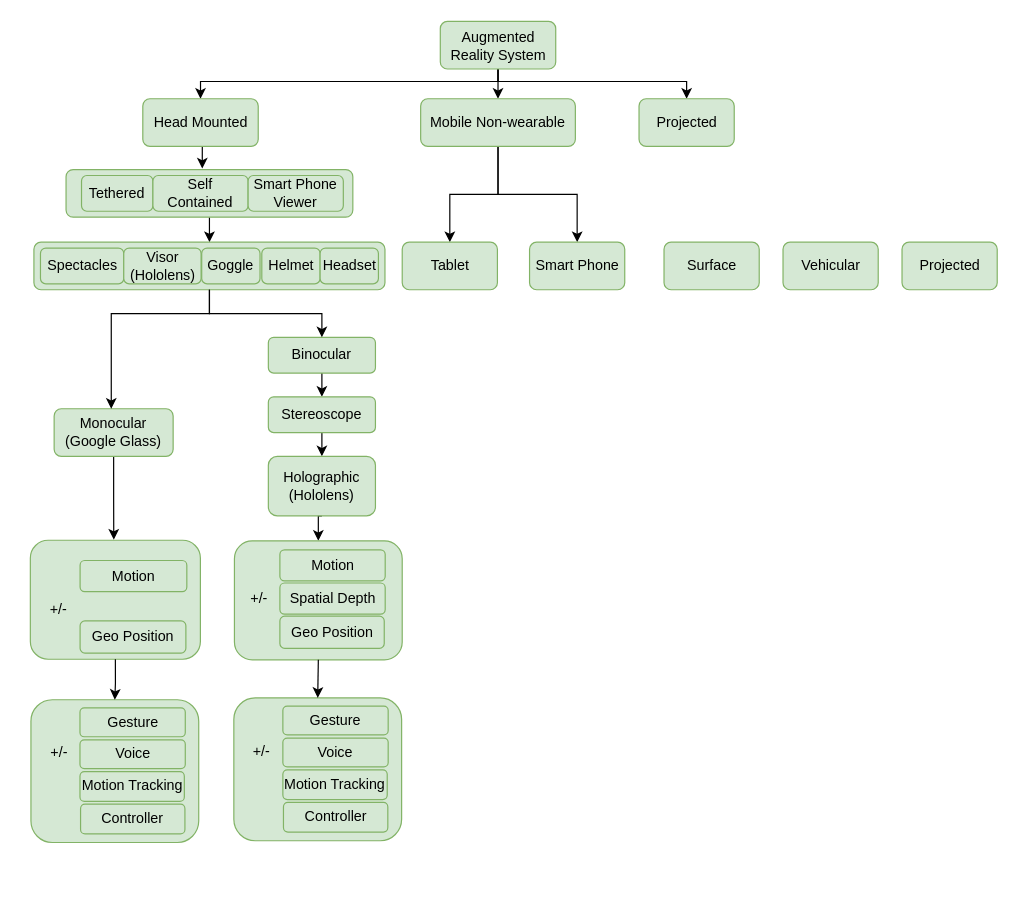
Above: device type.drawio in kitylam9/Survey-on-Intelligent-user-interface-for-AugmentedReality (draw.io), before the change. Source tidied: cells renumbered, new cells numbered last; positions are measured from the earlier drawing's top-left corner, leaving out a move shared by most shapes. Both pictures are drawn from the tidied source at 119%, with x=0, y=0 at pixel (30, 21).
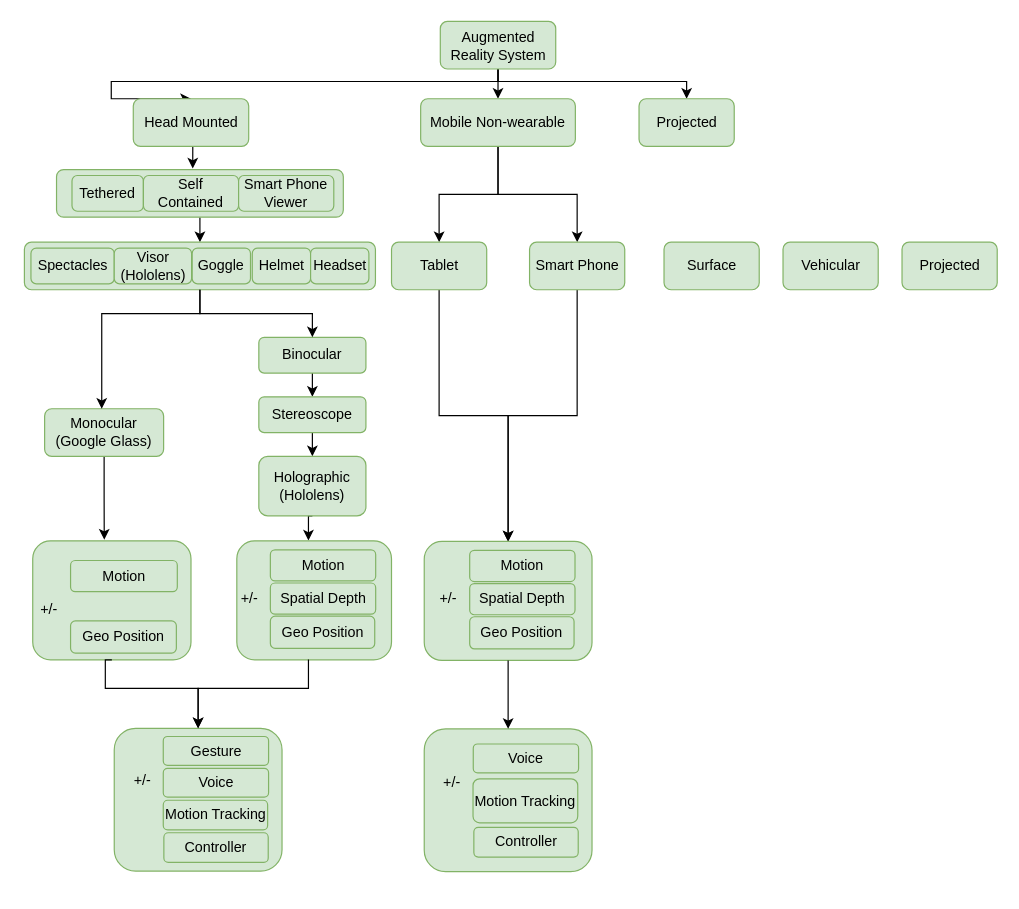
The same page after the edit.

Unchanged cells that the change refers to:
```xml
<mxCell id="5" value="Augmented Reality System" style="rounded=1;whiteSpace=wrap;html=1;fillColor=#d5e8d4;strokeColor=#82b366;" parent="1" vertex="1">
  <mxGeometry x="344.5" y="-0.5" width="97" height="40" as="geometry" />
</mxCell>
<mxCell id="16" value="Smart Phone" style="rounded=1;whiteSpace=wrap;html=1;fillColor=#d5e8d4;strokeColor=#82b366;" parent="1" vertex="1">
  <mxGeometry x="419.5" y="185" width="80" height="40" as="geometry" />
</mxCell>
<mxCell id="19" style="rounded=1;whiteSpace=wrap;html=1;fillColor=#d5e8d4;strokeColor=#82b366;" parent="18" vertex="1">
  <mxGeometry width="295" height="40" as="geometry" />
</mxCell>
<mxCell id="49" style="rounded=1;whiteSpace=wrap;html=1;fillColor=#d5e8d4;strokeColor=#82b366;" parent="48" vertex="1">
  <mxGeometry y="-5" width="141" height="120" as="geometry" />
</mxCell>
<mxCell id="56" style="group;" parent="55" vertex="1">
  <mxGeometry width="150" height="105" as="geometry" />
</mxCell>
```

Diff of the diagram source:
```diff
@@
-    <mxCell id="3" style="edgeStyle=orthogonalEdgeStyle;rounded=0;jettySize=auto;html=1;exitX=0.5;exitY=1;exitDx=0;exitDy=0;" parent="1" edge="1" source="5" target="7">
+    <mxCell id="3" style="edgeStyle=orthogonalEdgeStyle;rounded=0;jettySize=auto;html=1;exitX=0.5;exitY=1;exitDx=0;exitDy=0;entryX=0.5;entryY=0;entryDx=0;entryDy=0;" parent="1" edge="1" source="5" target="7">
       <mxGeometry relative="1" as="geometry">
         <Array as="points">
           <mxPoint x="393" y="50" />
-          <mxPoint x="143" y="50" />
+          <mxPoint x="68" y="50" />
+          <mxPoint x="68" y="65" />
         </Array>
       </mxGeometry>
     </mxCell>
@@
     <mxCell id="7" value="Head Mounted" style="rounded=1;whiteSpace=wrap;html=1;fillColor=#d5e8d4;strokeColor=#82b366;" parent="1" vertex="1">
-      <mxGeometry x="94.5" y="64.5" width="97" height="40" as="geometry" />
+      <mxGeometry x="86.5" y="64.5" width="97" height="40" as="geometry" />
     </mxCell>
@@
+    <mxCell id="70" style="edgeStyle=orthogonalEdgeStyle;rounded=0;jettySize=auto;html=1;exitX=0.5;exitY=1;exitDx=0;exitDy=0;entryX=0.5;entryY=0;entryDx=0;entryDy=0;" parent="1" edge="1" source="15" target="74">
+      <mxGeometry relative="1" as="geometry" />
+    </mxCell>
     <mxCell id="15" value="Tablet" style="rounded=1;whiteSpace=wrap;html=1;fillColor=#d5e8d4;strokeColor=#82b366;" parent="1" vertex="1">
-      <mxGeometry x="312.5" y="185" width="80" height="40" as="geometry" />
+      <mxGeometry x="303.5" y="185" width="80" height="40" as="geometry" />
     </mxCell>
+    <mxCell id="71" style="edgeStyle=orthogonalEdgeStyle;rounded=0;jettySize=auto;html=1;exitX=0.5;exitY=1;exitDx=0;exitDy=0;entryX=0.5;entryY=0;entryDx=0;entryDy=0;" parent="1" edge="1" source="16" target="74">
+      <mxGeometry relative="1" as="geometry" />
+    </mxCell>
@@
     <mxCell id="18" style="group;" parent="1" vertex="1">
-      <mxGeometry x="3" y="185" width="295" height="40" as="geometry" />
+      <mxGeometry x="-5" y="185" width="295" height="40" as="geometry" />
     </mxCell>
@@
     <mxCell id="25" style="group;" parent="1" vertex="1">
-      <mxGeometry x="30" y="124" width="241" height="40" as="geometry" />
+      <mxGeometry x="22" y="124" width="241" height="40" as="geometry" />
     </mxCell>
@@
     <mxCell id="30" style="edgeStyle=orthogonalEdgeStyle;rounded=0;jettySize=auto;html=1;exitX=0.5;exitY=1;exitDx=0;exitDy=0;" parent="1" edge="1" source="31">
       <mxGeometry relative="1" as="geometry">
-        <mxPoint x="70.1" y="435" as="targetPoint" />
+        <mxPoint x="62.1" y="435" as="targetPoint" />
       </mxGeometry>
     </mxCell>
     <mxCell id="31" value="Monocular&lt;br&gt;(Google Glass)&lt;br&gt;" style="rounded=1;whiteSpace=wrap;html=1;fillColor=#d5e8d4;strokeColor=#82b366;" parent="1" vertex="1">
-      <mxGeometry x="20" y="325" width="100" height="40" as="geometry" />
+      <mxGeometry x="12" y="325" width="100" height="40" as="geometry" />
     </mxCell>
@@
     <mxCell id="33" value="Binocular" style="rounded=1;whiteSpace=wrap;html=1;fillColor=#d5e8d4;strokeColor=#82b366;" parent="1" vertex="1">
-      <mxGeometry x="200" y="265" width="90" height="30" as="geometry" />
+      <mxGeometry x="192" y="265" width="90" height="30" as="geometry" />
     </mxCell>
@@
     <mxCell id="35" value="Stereoscope" style="rounded=1;whiteSpace=wrap;html=1;fillColor=#d5e8d4;strokeColor=#82b366;" parent="1" vertex="1">
-      <mxGeometry x="200" y="315" width="90" height="30" as="geometry" />
+      <mxGeometry x="192" y="315" width="90" height="30" as="geometry" />
     </mxCell>
     <mxCell id="36" style="edgeStyle=orthogonalEdgeStyle;rounded=0;jettySize=auto;html=1;exitX=0.5;exitY=1;exitDx=0;exitDy=0;" parent="1" edge="1" source="19" target="31">
       <mxGeometry relative="1" as="geometry">
         <Array as="points">
-          <mxPoint x="151" y="245" />
-          <mxPoint x="68" y="245" />
+          <mxPoint x="143" y="245" />
+          <mxPoint x="60" y="245" />
         </Array>
       </mxGeometry>
     </mxCell>
@@
-    <mxCell id="38" style="edgeStyle=orthogonalEdgeStyle;rounded=0;jettySize=auto;html=1;exitX=0.5;exitY=1;exitDx=0;exitDy=0;entryX=0.5;entryY=0;entryDx=0;entryDy=0;" parent="1" edge="1" source="39" target="42">
-      <mxGeometry relative="1" as="geometry" />
+    <mxCell id="38" style="edgeStyle=orthogonalEdgeStyle;rounded=0;jettySize=auto;html=1;exitX=0.5;exitY=1;exitDx=0;exitDy=0;entryX=0.5;entryY=0;entryDx=0;entryDy=0;" parent="1" edge="1" source="39">
+      <mxGeometry relative="1" as="geometry">
+        <mxPoint x="233.7" y="435.7" as="targetPoint" />
+      </mxGeometry>
     </mxCell>
     <mxCell id="39" value="Holographic&lt;br&gt;(Hololens)&lt;br&gt;" style="rounded=1;whiteSpace=wrap;html=1;fillColor=#d5e8d4;strokeColor=#82b366;" parent="1" vertex="1">
-      <mxGeometry x="200" y="365" width="90" height="50" as="geometry" />
+      <mxGeometry x="192" y="365" width="90" height="50" as="geometry" />
     </mxCell>
     <mxCell id="40" style="group;" parent="1" vertex="1">
-      <mxGeometry x="168.5" y="436" width="148" height="105" as="geometry" />
+      <mxGeometry x="93.5" y="436" width="210" height="105" as="geometry" />
     </mxCell>
     <mxCell id="41" style="group;" parent="40" vertex="1">
-      <mxGeometry width="148" height="105" as="geometry" />
+      <mxGeometry width="210" height="105" as="geometry" />
     </mxCell>
     <mxCell id="42" style="rounded=1;whiteSpace=wrap;html=1;fillColor=#d5e8d4;strokeColor=#82b366;" parent="41" vertex="1">
-      <mxGeometry x="3" width="141" height="100" as="geometry" />
+      <mxGeometry x="80" width="130" height="100" as="geometry" />
     </mxCell>
     <mxCell id="43" value="Motion" style="rounded=1;whiteSpace=wrap;html=1;fillColor=#d5e8d4;strokeColor=#82b366;" parent="41" vertex="1">
-      <mxGeometry x="41.2" y="7.5" width="88.5" height="26.2" as="geometry" />
+      <mxGeometry x="108.2" y="7.5" width="88.5" height="26.2" as="geometry" />
     </mxCell>
     <mxCell id="44" value="Spatial Depth" style="rounded=1;whiteSpace=wrap;html=1;fillColor=#d5e8d4;strokeColor=#82b366;" parent="41" vertex="1">
-      <mxGeometry x="41.2" y="35.4" width="88.5" height="26.2" as="geometry" />
+      <mxGeometry x="108.2" y="35.4" width="88.5" height="26.2" as="geometry" />
     </mxCell>
     <mxCell id="45" value="Geo Position" style="rounded=1;whiteSpace=wrap;html=1;fillColor=#d5e8d4;strokeColor=#82b366;" parent="41" vertex="1">
-      <mxGeometry x="41.2" y="63.3" width="87.7" height="27" as="geometry" />
+      <mxGeometry x="108.2" y="63.3" width="87.7" height="27" as="geometry" />
     </mxCell>
     <mxCell id="46" value="+/-" style="text;html=1;strokeColor=none;fillColor=none;align=center;verticalAlign=middle;whiteSpace=wrap;rounded=0;" parent="41" vertex="1">
-      <mxGeometry x="6.2" y="38.5" width="35.2" height="20" as="geometry" />
+      <mxGeometry x="73.2" y="38.5" width="35.2" height="20" as="geometry" />
     </mxCell>
     <mxCell id="47" style="group;" parent="1" vertex="1">
-      <mxGeometry x="171" y="573" width="148" height="130" as="geometry" />
+      <mxGeometry x="70.5" y="598.5" width="148" height="130" as="geometry" />
     </mxCell>
@@
     <mxCell id="55" style="group;" parent="1" vertex="1">
-      <mxGeometry y="445" width="150" height="105" as="geometry" />
+      <mxGeometry x="-8" y="445" width="150" height="105" as="geometry" />
     </mxCell>
@@
     <mxCell id="57" style="rounded=1;whiteSpace=wrap;html=1;fillColor=#d5e8d4;strokeColor=#82b366;" parent="56" vertex="1">
-      <mxGeometry y="-9.5" width="142.9" height="100" as="geometry" />
+      <mxGeometry x="10" y="-9" width="133" height="100" as="geometry" />
     </mxCell>
@@
-    <mxCell id="61" style="group;" parent="1" vertex="1">
-      <mxGeometry x="0.5" y="569.5" width="148" height="120" as="geometry" />
-    </mxCell>
+    <mxCell id="68" style="edgeStyle=orthogonalEdgeStyle;rounded=0;jettySize=auto;html=1;exitX=0.5;exitY=1;exitDx=0;exitDy=0;entryX=0.5;entryY=0;entryDx=0;entryDy=0;" parent="1" edge="1" source="57" target="49">
+      <mxGeometry relative="1" as="geometry">
+        <Array as="points">
+          <mxPoint x="63" y="560" />
+          <mxPoint x="141" y="560" />
+        </Array>
+      </mxGeometry>
+    </mxCell>
+    <mxCell id="69" style="edgeStyle=orthogonalEdgeStyle;rounded=0;jettySize=auto;html=1;exitX=0.5;exitY=1;exitDx=0;exitDy=0;entryX=0.5;entryY=0;entryDx=0;entryDy=0;" parent="1" edge="1" target="49">
+      <mxGeometry relative="1" as="geometry">
+        <mxPoint x="233.7" y="535.7" as="sourcePoint" />
+        <Array as="points">
+          <mxPoint x="234" y="560" />
+          <mxPoint x="141" y="560" />
+        </Array>
+      </mxGeometry>
+    </mxCell>
+    <mxCell id="72" style="group;" parent="1" vertex="1">
+      <mxGeometry x="328" y="436.5" width="148" height="105" as="geometry" />
+    </mxCell>
+    <mxCell id="73" style="group;" parent="72" vertex="1">
+      <mxGeometry width="148" height="105" as="geometry" />
+    </mxCell>
+    <mxCell id="74" style="rounded=1;whiteSpace=wrap;html=1;fillColor=#d5e8d4;strokeColor=#82b366;" parent="73" vertex="1">
+      <mxGeometry x="3" width="141" height="100" as="geometry" />
+    </mxCell>
+    <mxCell id="75" value="Motion" style="rounded=1;whiteSpace=wrap;html=1;fillColor=#d5e8d4;strokeColor=#82b366;" parent="73" vertex="1">
+      <mxGeometry x="41.2" y="7.5" width="88.5" height="26.2" as="geometry" />
+    </mxCell>
+    <mxCell id="76" value="Spatial Depth" style="rounded=1;whiteSpace=wrap;html=1;fillColor=#d5e8d4;strokeColor=#82b366;" parent="73" vertex="1">
+      <mxGeometry x="41.2" y="35.4" width="88.5" height="26.2" as="geometry" />
+    </mxCell>
+    <mxCell id="77" value="Geo Position" style="rounded=1;whiteSpace=wrap;html=1;fillColor=#d5e8d4;strokeColor=#82b366;" parent="73" vertex="1">
+      <mxGeometry x="41.2" y="63.3" width="87.7" height="27" as="geometry" />
+    </mxCell>
+    <mxCell id="78" value="+/-" style="text;html=1;strokeColor=none;fillColor=none;align=center;verticalAlign=middle;whiteSpace=wrap;rounded=0;" parent="73" vertex="1">
+      <mxGeometry x="6.2" y="38.5" width="35.2" height="20" as="geometry" />
+    </mxCell>
+    <mxCell id="79" style="group;" parent="1" vertex="1">
+      <mxGeometry x="331" y="594" width="148" height="120" as="geometry" />
+    </mxCell>
-    <mxCell id="62" style="rounded=1;whiteSpace=wrap;html=1;fillColor=#d5e8d4;strokeColor=#82b366;" parent="61" vertex="1">
+    <mxCell id="62" style="rounded=1;whiteSpace=wrap;html=1;fillColor=#d5e8d4;strokeColor=#82b366;" parent="79" vertex="1">
       <mxGeometry width="141" height="120" as="geometry" />
     </mxCell>
-    <mxCell id="63" value="Gesture" style="rounded=1;whiteSpace=wrap;html=1;fillColor=#d5e8d4;strokeColor=#82b366;" parent="61" vertex="1">
-      <mxGeometry x="41.2" y="6.9" width="88.5" height="24.2" as="geometry" />
-    </mxCell>
-    <mxCell id="64" value="Voice" style="rounded=1;whiteSpace=wrap;html=1;fillColor=#d5e8d4;strokeColor=#82b366;" parent="61" vertex="1">
-      <mxGeometry x="41.2" y="33.7" width="88.5" height="24.2" as="geometry" />
+    <mxCell id="64" value="Voice" style="rounded=1;whiteSpace=wrap;html=1;fillColor=#d5e8d4;strokeColor=#82b366;" parent="79" vertex="1">
+      <mxGeometry x="41.2" y="12.7" width="88.5" height="24.2" as="geometry" />
     </mxCell>
-    <mxCell id="65" value="Motion Tracking" style="rounded=1;whiteSpace=wrap;html=1;fillColor=#d5e8d4;strokeColor=#82b366;" parent="61" vertex="1">
-      <mxGeometry x="41.2" y="60.5" width="87.7" height="24.9" as="geometry" />
+    <mxCell id="65" value="Motion Tracking" style="rounded=1;whiteSpace=wrap;html=1;fillColor=#d5e8d4;strokeColor=#82b366;" parent="79" vertex="1">
+      <mxGeometry x="41" y="42" width="88" height="37" as="geometry" />
     </mxCell>
-    <mxCell id="66" value="+/-" style="text;html=1;strokeColor=none;fillColor=none;align=center;verticalAlign=middle;whiteSpace=wrap;rounded=0;" parent="61" vertex="1">
+    <mxCell id="66" value="+/-" style="text;html=1;strokeColor=none;fillColor=none;align=center;verticalAlign=middle;whiteSpace=wrap;rounded=0;" parent="79" vertex="1">
       <mxGeometry x="6.2" y="35.5" width="35.2" height="18.5" as="geometry" />
     </mxCell>
-    <mxCell id="67" value="Controller" style="rounded=1;whiteSpace=wrap;html=1;fillColor=#d5e8d4;strokeColor=#82b366;" parent="61" vertex="1">
-      <mxGeometry x="41.7" y="87.8" width="87.7" height="24.9" as="geometry" />
+    <mxCell id="67" value="Controller" style="rounded=1;whiteSpace=wrap;html=1;fillColor=#d5e8d4;strokeColor=#82b366;" parent="79" vertex="1">
+      <mxGeometry x="41.7" y="82.8" width="87.7" height="24.9" as="geometry" />
     </mxCell>
-    <mxCell id="68" style="edgeStyle=orthogonalEdgeStyle;rounded=0;jettySize=auto;html=1;exitX=0.5;exitY=1;exitDx=0;exitDy=0;" parent="1" edge="1" source="57" target="62">
-      <mxGeometry relative="1" as="geometry" />
-    </mxCell>
-    <mxCell id="69" style="edgeStyle=orthogonalEdgeStyle;rounded=0;jettySize=auto;html=1;exitX=0.5;exitY=1;exitDx=0;exitDy=0;entryX=0.5;entryY=0;entryDx=0;entryDy=0;" parent="1" edge="1" source="42" target="49">
-      <mxGeometry relative="1" as="geometry" />
-    </mxCell>
+    <mxCell id="80" style="edgeStyle=orthogonalEdgeStyle;rounded=0;jettySize=auto;html=1;exitX=0.5;exitY=1;exitDx=0;exitDy=0;entryX=0.5;entryY=0;entryDx=0;entryDy=0;" parent="1" edge="1" source="74" target="62">
+      <mxGeometry relative="1" as="geometry" />
+    </mxCell>
```
